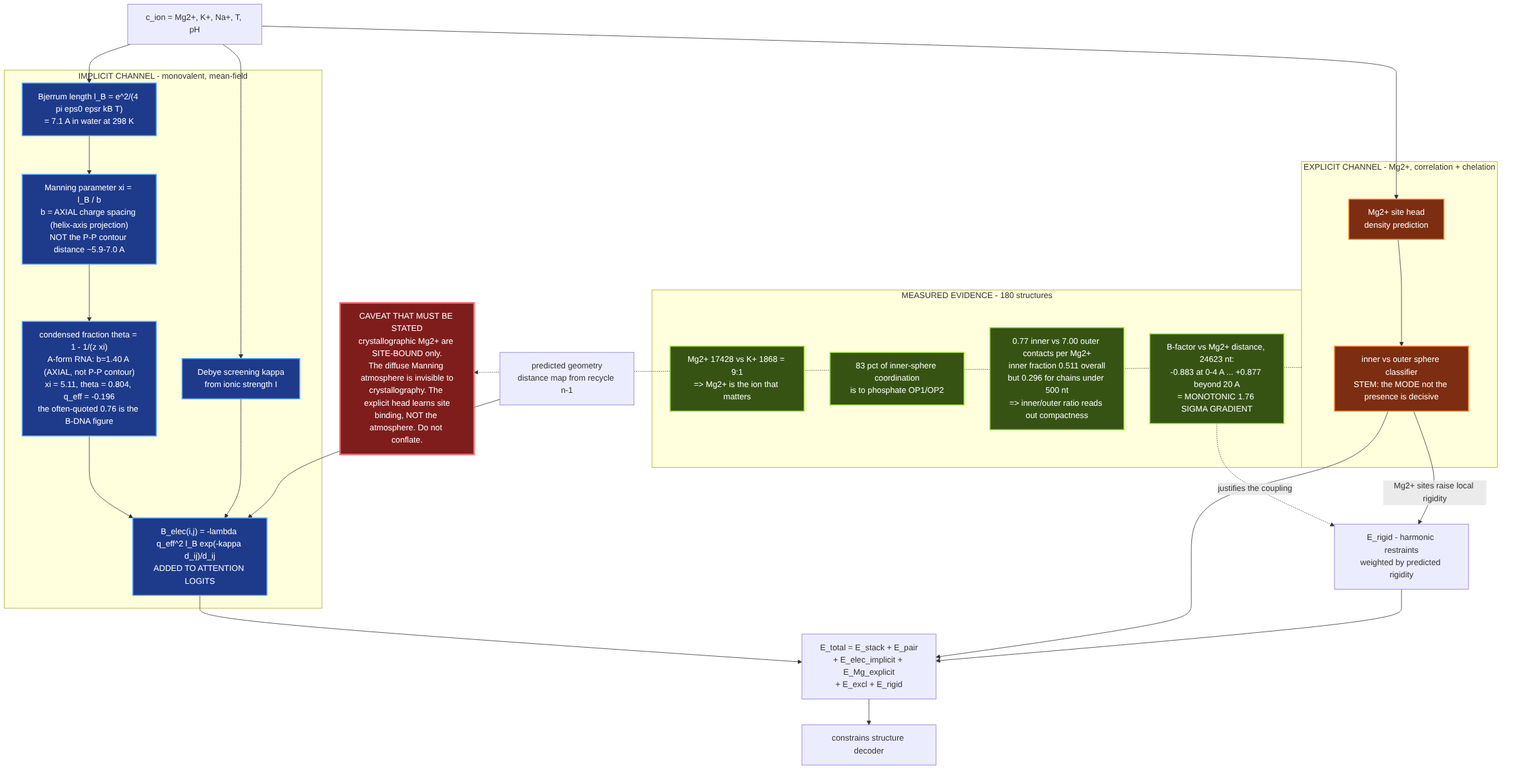
Earlier version of the Mermaid export research/architecture/diagrams/rendered/05-physics-hamiltonian.png (E-Motioner-X-SBS/sbs-rna). Its source is kept beside it as research/architecture/diagrams/05-physics-hamiltonian.mmd.
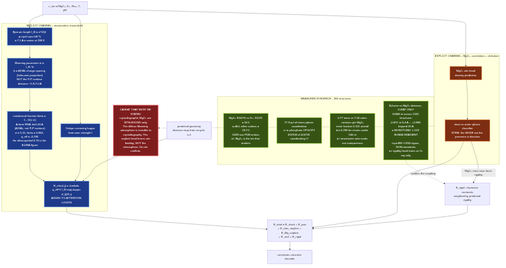
After the commit.

Diff of the diagram source:
```diff
@@ -19,10 +19,10 @@
     end
 
     subgraph EVID["MEASURED EVIDENCE - 180 structures"]
-        V1["Mg2+ 17428 vs K+ 1868 = 9:1<br/>=> Mg2+ is the ion that matters"]
-        V2["83 pct of inner-sphere coordination<br/>is to phosphate OP1/OP2"]
+        V1["Mg2+ 816270 vs K+ 15123 = 54:1<br/>vs ALL other cations = 19.7:1<br/>6328 raw PDB entries<br/>=> Mg2+ is the ion that matters"]
+        V2["77.9 pct of inner-sphere coordination<br/>is to phosphate OP1/OP2<br/>324708 of 416731 coordinating O"]
         V3["0.77 inner vs 7.00 outer contacts per Mg2+<br/>inner fraction 0.511 overall<br/>but 0.296 for chains under 500 nt<br/>=> inner/outer ratio reads out compactness"]
-        V4["B-factor vs Mg2+ distance, 24623 nt:<br/>-0.883 at 0-4 A ... +0.877 beyond 20 A<br/>= MONOTONIC 1.76 SIGMA GRADIENT"]
+        V4["B-factor vs Mg2+ distance, X-RAY ONLY<br/>3.86M nt across 1535 structures:<br/>-0.657 at 0-4 A ... +0.866 beyond 20 A<br/>= MONOTONIC 1.523 SIGMA GRADIENT<br/><br/>cryo-EM: 0.934 sigma, NON-monotonic<br/>=> rigidity head trains on X-ray only"]
     end
 
     ION --> BJ
```
